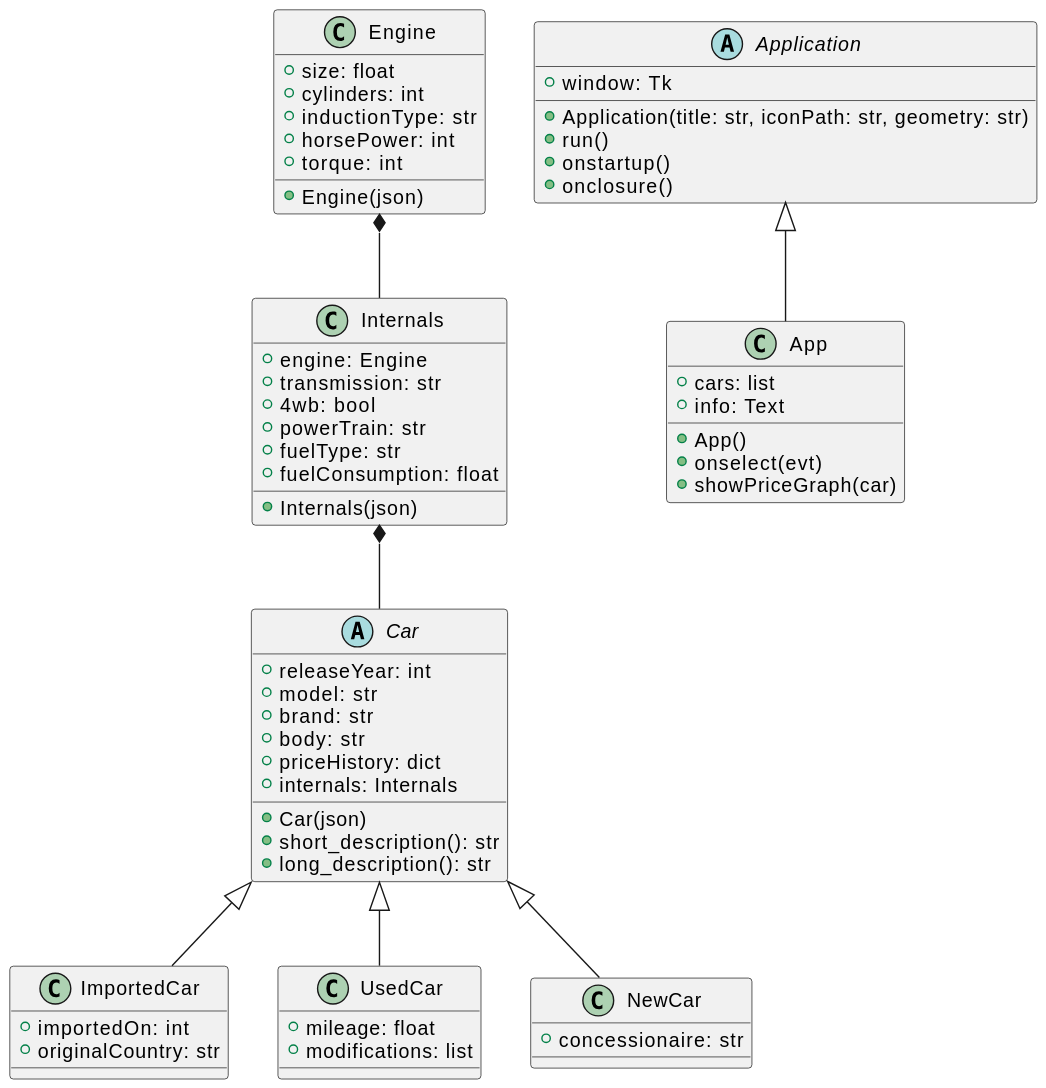
Earlier version of the PlantUML export docs/assets/Diagram.svg (ooplata/carpedia). Its diagram source:
```plantuml
@startuml
class ImportedCar extends Car {
    +importedOn: int
    +originalCountry: str
}

class UsedCar extends Car {
    +mileage: float
    +modifications: list
}

class NewCar extends Car {
    +concessionaire: str
}

Engine *-- Internals
Internals *-- Car

abstract class Car {
    +Car(json)

    +releaseYear: int
    +model: str
    +brand: str
    +body: str
    +priceHistory: dict
    +internals: Internals

    +short_description(): str
    +long_description(): str
}

class Internals {
    +Internals(json)

    +engine: Engine
    +transmission: str
    +4wb: bool
    +powerTrain: str
    +fuelType: str
    +fuelConsumption: float
}

class Engine {
    +Engine(json)

    +size: float
    +cylinders: int
    +inductionType: str
    +horsePower: int
    +torque: int
}

abstract class Application {
    +Application(title: str, iconPath: str, geometry: str)
    +window: Tk

    +run()
    +onstartup()
    +onclosure()
}

class App extends Application {
    +App()

    +cars: list
    +info: Text

    +onselect(evt)
    +showPriceGraph(car)
}
@enduml
```
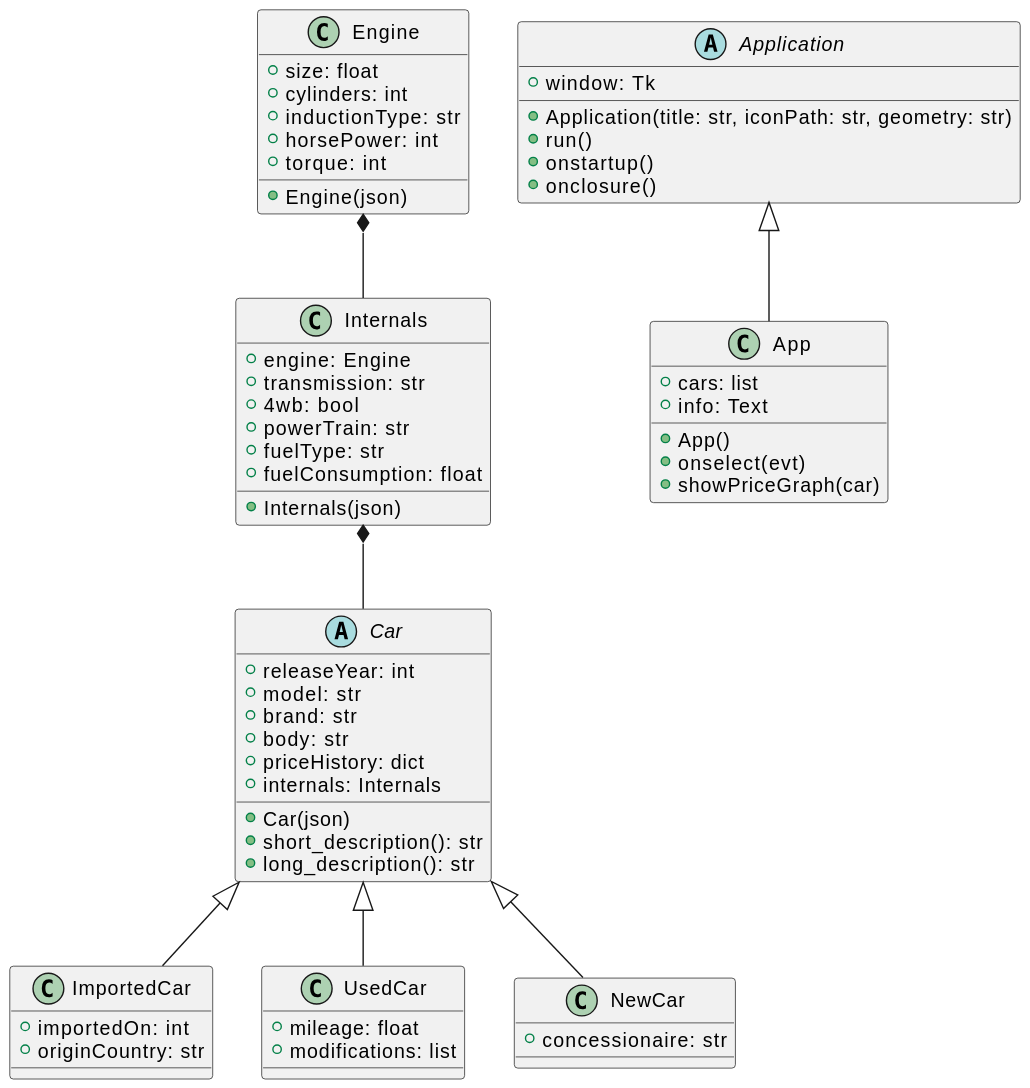
After the commit.

Commit message:
Updated ImportedCar property name

Change to the diagram source:
```diff
@@ -1,7 +1,7 @@
 @startuml
 class ImportedCar extends Car {
     +importedOn: int
-    +originalCountry: str
+    +originCountry: str
 }
 
 class UsedCar extends Car {
```
